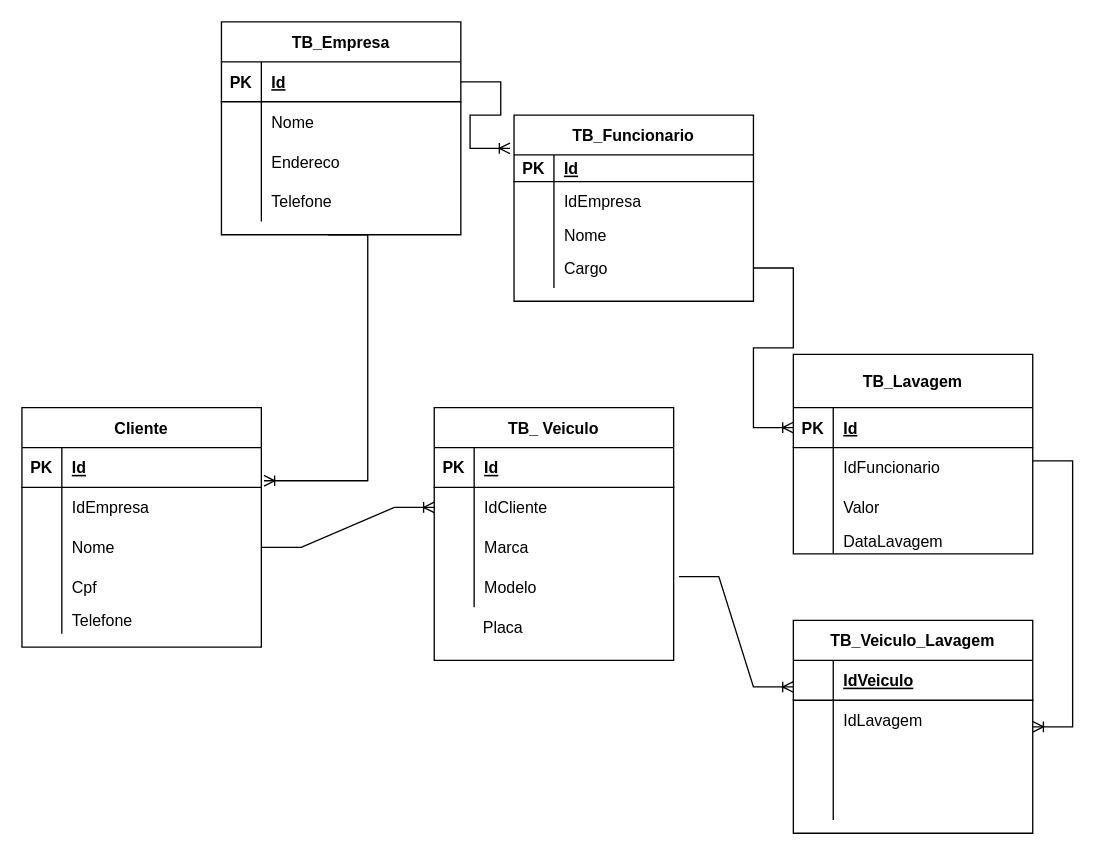
TacianaAlves/LavaRapido keeps this draw.io diagram as modelo_logico_lavaRapido/modelo de banco de dado.drawio. Above is the earlier version. Source tidied: cells renumbered, new cells numbered last; positions are measured from the earlier drawing's top-left corner, leaving out a move shared by most shapes. Both pictures are drawn from the tidied source at 133%, with x=0, y=0 at pixel (21, 21).
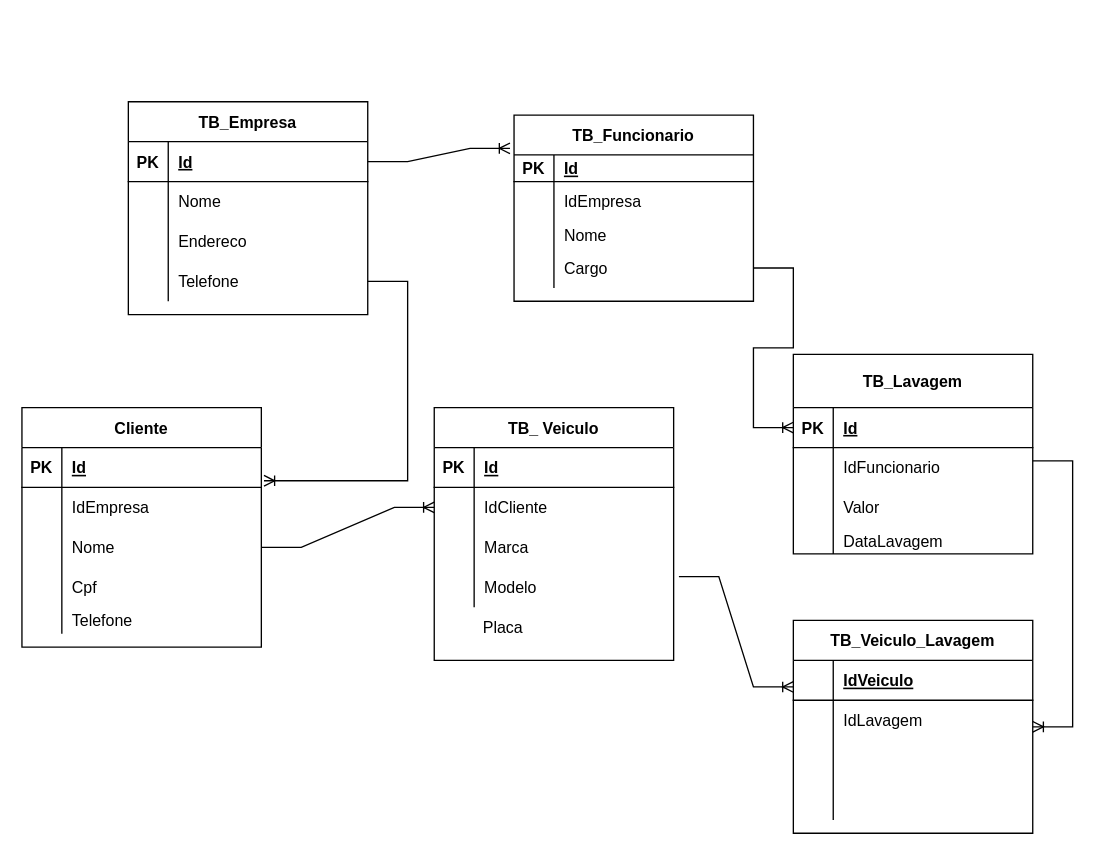
The same page after the edit.

Commit message:
ligando tabela empresa ao cliente

Unchanged cells that the change refers to:
```xml
<mxCell id="3" style="shape=tableRow;horizontal=0;startSize=0;swimlaneHead=0;swimlaneBody=0;fillColor=none;points=[[0,0.5],[1,0.5]];portConstraint=eastwest;top=0;left=0;right=0;bottom=1;" parent="2" vertex="1">
  <mxGeometry y="30" width="180" height="30" as="geometry" />
</mxCell>
<mxCell id="45" style="shape=tableRow;horizontal=0;startSize=0;swimlaneHead=0;swimlaneBody=0;fillColor=none;points=[[0,0.5],[1,0.5]];portConstraint=eastwest;top=0;left=0;right=0;bottom=0;" parent="35" vertex="1">
  <mxGeometry y="120" width="180" height="30" as="geometry" />
</mxCell>
```

Diff of the diagram source:
```diff
@@
     <mxCell id="35" value="TB_Empresa" style="shape=table;startSize=30;childLayout=tableLayout;rowLines=0;fontStyle=1;align=center;" parent="1" vertex="1">
-      <mxGeometry x="150" width="180" height="160" as="geometry" />
+      <mxGeometry x="80" y="60" width="180" height="160" as="geometry" />
     </mxCell>
@@
-    <mxCell id="48" style="edgeStyle=entityRelationEdgeStyle;fontSize=12;html=1;endArrow=ERoneToMany;rounded=0;entryX=1.011;entryY=0.833;entryDx=0;entryDy=0;entryPerimeter=0;" parent="1" edge="1" target="3">
-      <mxGeometry relative="1" as="geometry">
-        <mxPoint x="230" y="160" as="sourcePoint" />
-      </mxGeometry>
+    <mxCell id="48" style="edgeStyle=entityRelationEdgeStyle;fontSize=12;html=1;endArrow=ERoneToMany;rounded=0;entryX=1.011;entryY=0.833;entryDx=0;entryDy=0;entryPerimeter=0;" parent="1" edge="1" source="45" target="3">
+      <mxGeometry relative="1" as="geometry" />
     </mxCell>
```
